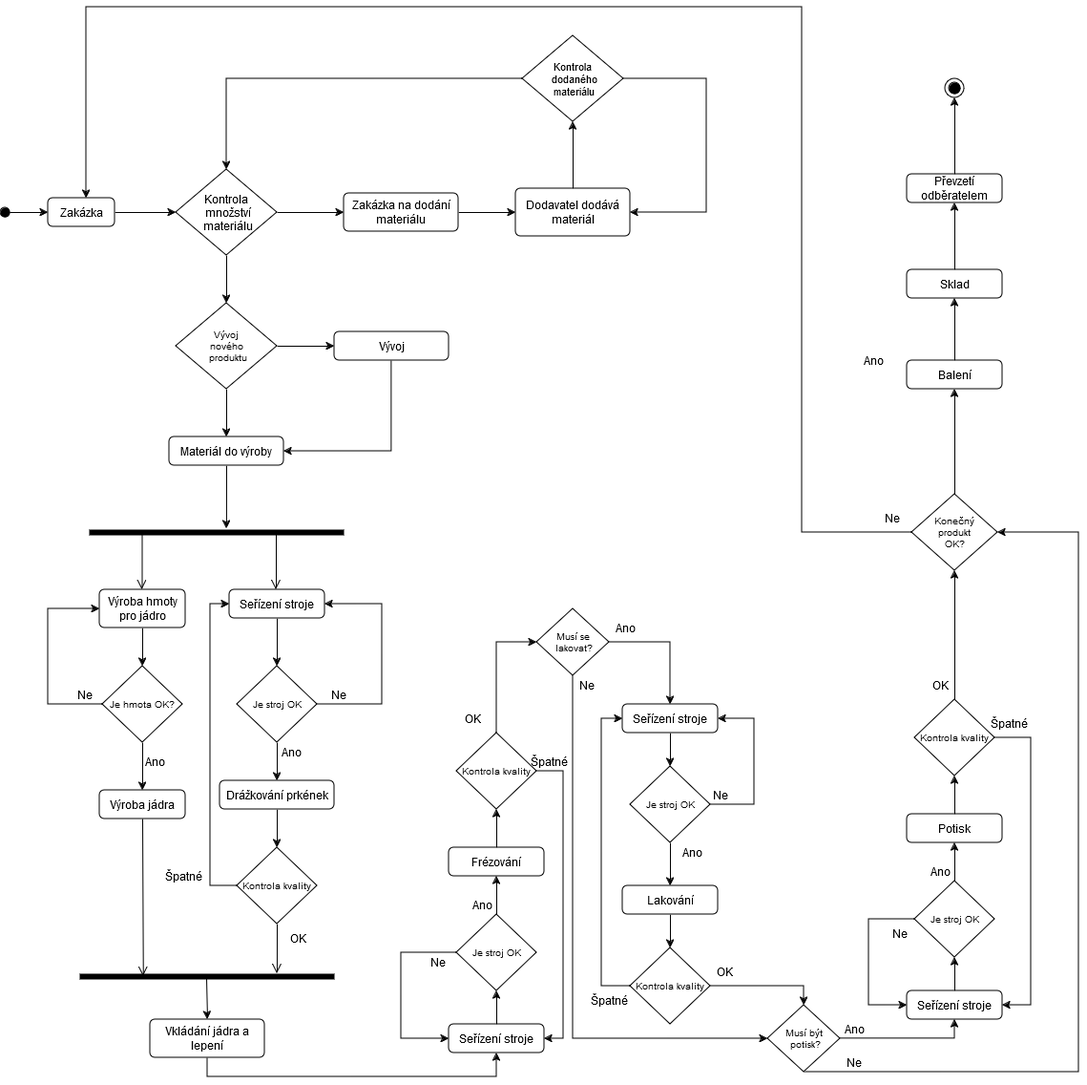
KarelMasa/pg keeps this draw.io diagram as SW_ING/Tuzka_Aktivity.png. Above is the earlier version. Source tidied: cells renumbered, new cells last; positions are measured from the earlier drawing's top-left corner, leaving out a move shared by most shapes.
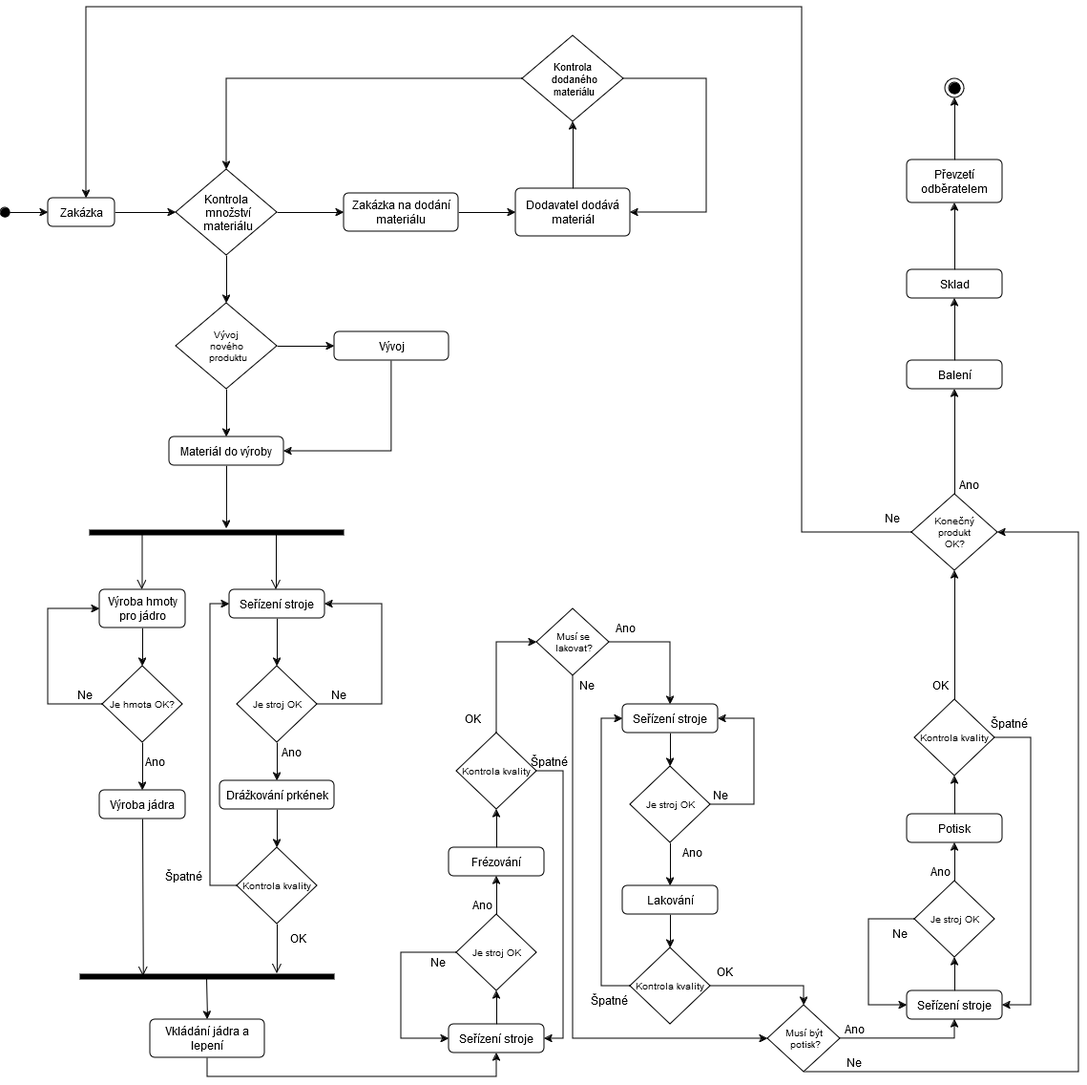
Later version of the same file.

The edit, as a diff of the source:
```diff
@@ -1,4 +1,4 @@
-<mxGraphModel>
+<mxGraphModel background="#FFFFFF">
   <root>
     <mxCell id="0" />
     <mxCell id="1" parent="0" />
@@ -274,7 +274,7 @@
       <mxGeometry x="444" y="990" width="30" height="20" as="geometry" />
     </mxCell>
     <mxCell id="78" value="Ano" style="text;strokeColor=none;align=center;fillColor=none;html=1;verticalAlign=middle;whiteSpace=wrap;rounded=0;" parent="1" vertex="1">
-      <mxGeometry x="900" y="360" width="30" height="20" as="geometry" />
+      <mxGeometry x="1000" y="490" width="30" height="20" as="geometry" />
     </mxCell>
     <mxCell id="79" value="Ano" style="text;strokeColor=none;align=center;fillColor=none;html=1;verticalAlign=middle;whiteSpace=wrap;rounded=0;" parent="1" vertex="1">
       <mxGeometry x="880" y="1060" width="30" height="20" as="geometry" />
@@ -399,7 +399,7 @@
       <mxGeometry relative="1" as="geometry" />
     </mxCell>
     <mxCell id="114" value="Převzetí odběratelem" style="html=1;align=center;verticalAlign=middle;rounded=1;absoluteArcSize=1;arcSize=10;dashed=0;whiteSpace=wrap;" parent="1" vertex="1">
-      <mxGeometry x="950" y="175" width="100" height="30" as="geometry" />
+      <mxGeometry x="950" y="160" width="100" height="45" as="geometry" />
     </mxCell>
     <mxCell id="115" style="ellipse;html=1;shape=endState;fillColor=strokeColor;" parent="1" vertex="1">
       <mxGeometry x="990" y="75" width="20" height="20" as="geometry" />
```
